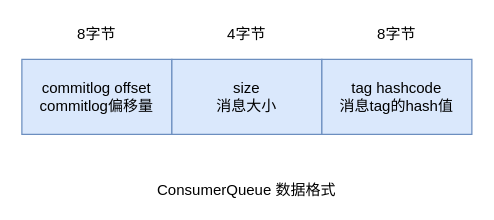
This is rocketmq/consumeQueue.drawio from erlieStar/diagrams, a draw.io file, before an edit. Source tidied: cells renumbered, new cells numbered last; positions are measured from the earlier drawing's top-left corner, leaving out a move shared by most shapes. Both pictures are drawn from the tidied source at 125%, with x=0, y=0 at pixel (21, 21).
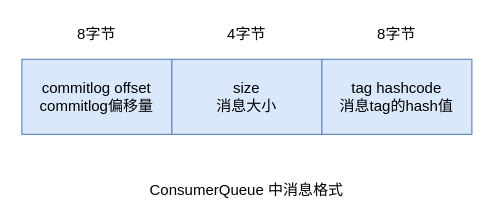
After the change.

Diff of the diagram source:
```diff
@@
 <mxGraphModel>
   <root>
     <mxCell id="0" />
     <mxCell id="1" parent="0" />
     <mxCell id="2" value="commitlog offset&lt;br&gt;commitlog偏移量" style="rounded=0;whiteSpace=wrap;html=1;fillColor=#dae8fc;strokeColor=#6c8ebf;" parent="1" vertex="1">
       <mxGeometry y="30" width="120" height="60" as="geometry" />
     </mxCell>
     <mxCell id="3" value="size&lt;br&gt;消息大小" style="rounded=0;whiteSpace=wrap;html=1;fillColor=#dae8fc;strokeColor=#6c8ebf;" parent="1" vertex="1">
       <mxGeometry x="120" y="30" width="120" height="60" as="geometry" />
     </mxCell>
     <mxCell id="4" value="tag hashcode&lt;br&gt;消息tag的hash值" style="rounded=0;whiteSpace=wrap;html=1;fillColor=#dae8fc;strokeColor=#6c8ebf;" parent="1" vertex="1">
       <mxGeometry x="240" y="30" width="120" height="60" as="geometry" />
     </mxCell>
     <mxCell id="5" value="8字节" style="text;html=1;strokeColor=none;fillColor=none;align=center;verticalAlign=middle;whiteSpace=wrap;rounded=0;" parent="1" vertex="1">
       <mxGeometry x="40" width="40" height="20" as="geometry" />
     </mxCell>
     <mxCell id="6" value="4字节" style="text;html=1;strokeColor=none;fillColor=none;align=center;verticalAlign=middle;whiteSpace=wrap;rounded=0;" parent="1" vertex="1">
       <mxGeometry x="160" width="40" height="20" as="geometry" />
     </mxCell>
     <mxCell id="7" value="8字节" style="text;html=1;strokeColor=none;fillColor=none;align=center;verticalAlign=middle;whiteSpace=wrap;rounded=0;" parent="1" vertex="1">
       <mxGeometry x="280" width="40" height="20" as="geometry" />
     </mxCell>
-    <mxCell id="8" value="&lt;span style=&quot;text-align: left&quot;&gt;ConsumerQueue&lt;/span&gt;&lt;span style=&quot;text-align: left&quot;&gt;&amp;nbsp;数据格式&lt;/span&gt;" style="text;html=1;strokeColor=none;fillColor=none;align=center;verticalAlign=middle;whiteSpace=wrap;rounded=0;" parent="1" vertex="1">
+    <mxCell id="8" value="&lt;span style=&quot;text-align: left&quot;&gt;ConsumerQueue&lt;/span&gt;&lt;span style=&quot;text-align: left&quot;&gt;&amp;nbsp;中消息格式&lt;/span&gt;" style="text;html=1;strokeColor=none;fillColor=none;align=center;verticalAlign=middle;whiteSpace=wrap;rounded=0;" parent="1" vertex="1">
       <mxGeometry x="90" y="130" width="180" height="10" as="geometry" />
     </mxCell>
   </root>
 </mxGraphModel>
```
